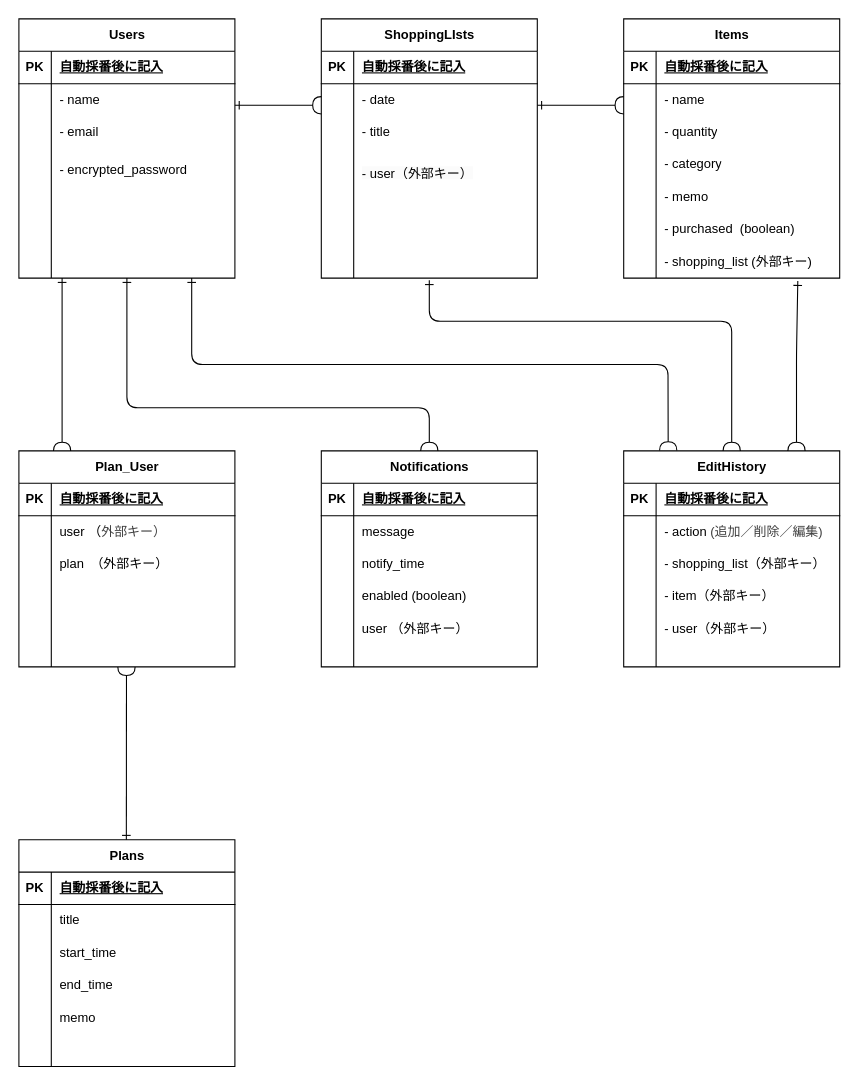
Earlier version of the draw.io diagram ER図.dio (wassyprince/shopping_days). Source tidied: cells renumbered, new cells numbered last; positions are measured from the earlier drawing's top-left corner, leaving out a move shared by most shapes. Both pictures are drawn from the tidied source at 108%, with x=0, y=0 at pixel (18, 18).
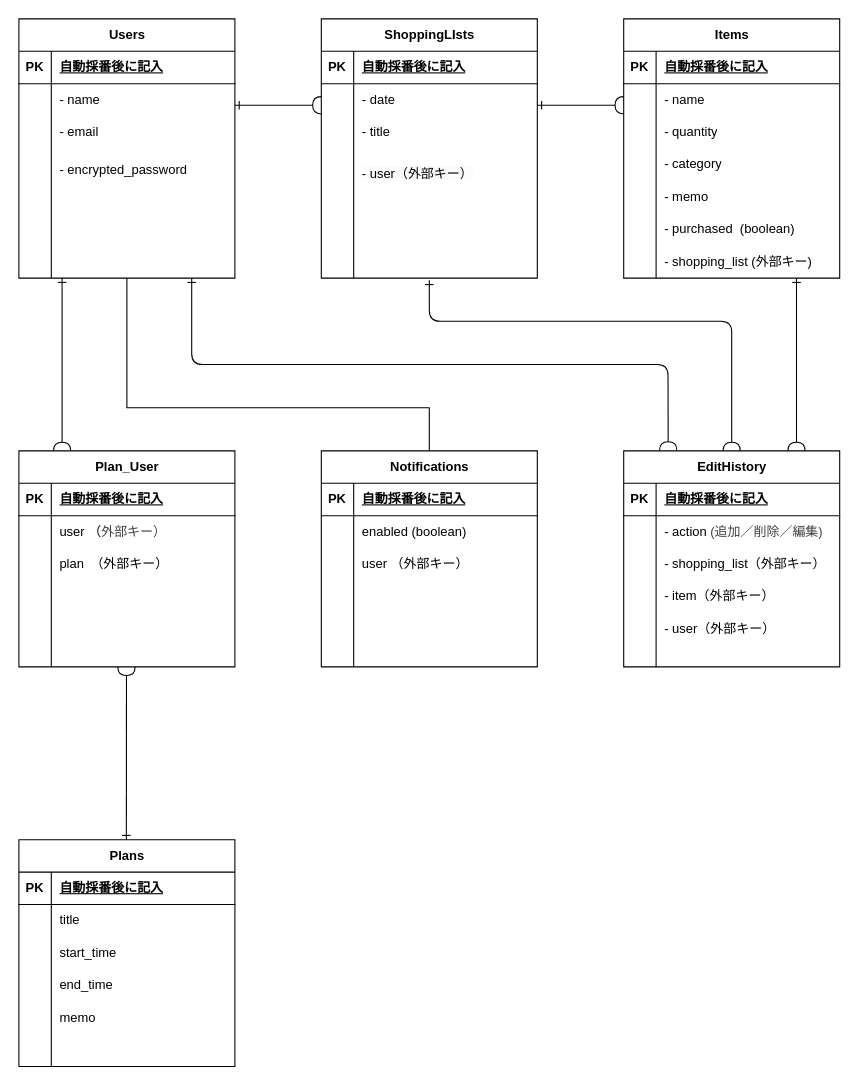
The same page after the edit.

The change refers to these unchanged cells:
```xml
<mxCell id="2" value="Notifications" style="shape=table;startSize=30;childLayout=tableLayout;rowLines=0;fontStyle=1;align=center;html=1;" parent="1" vertex="1">
  <mxGeometry x="280" y="400" width="200" height="200" as="geometry" />
</mxCell>
<mxCell id="6" style="shape=tableRow;horizontal=0;startSize=0;swimlaneHead=0;swimlaneBody=0;fillColor=none;top=0;left=0;right=0;bottom=0;" parent="2" vertex="1">
  <mxGeometry y="60" width="200" height="30" as="geometry" />
</mxCell>
<mxCell id="9" style="shape=tableRow;horizontal=0;startSize=0;swimlaneHead=0;swimlaneBody=0;fillColor=none;top=0;left=0;right=0;bottom=0;" parent="2" vertex="1">
  <mxGeometry y="90" width="200" height="30" as="geometry" />
</mxCell>
<mxCell id="12" style="shape=tableRow;horizontal=0;startSize=0;swimlaneHead=0;swimlaneBody=0;fillColor=none;top=0;left=0;right=0;bottom=0;" parent="2" vertex="1">
  <mxGeometry y="120" width="200" height="30" as="geometry" />
</mxCell>
<mxCell id="15" style="shape=tableRow;horizontal=0;startSize=0;swimlaneHead=0;swimlaneBody=0;fillColor=none;top=0;left=0;right=0;bottom=0;" parent="2" vertex="1">
  <mxGeometry y="150" width="200" height="30" as="geometry" />
</mxCell>
<mxCell id="37" style="shape=tableRow;horizontal=0;startSize=0;swimlaneHead=0;swimlaneBody=0;fillColor=none;points=[[0,0.5],[1,0.5]];portConstraint=eastwest;top=0;left=0;right=0;bottom=0;" parent="21" vertex="1">
  <mxGeometry y="210" width="200" height="30" as="geometry" />
</mxCell>
<mxCell id="100" style="shape=tableRow;horizontal=0;startSize=0;swimlaneHead=0;swimlaneBody=0;fillColor=none;points=[[0,0.5],[1,0.5]];portConstraint=eastwest;top=0;left=0;right=0;bottom=0;" parent="81" vertex="1">
  <mxGeometry y="210" width="200" height="30" as="geometry" />
</mxCell>
```

The edit, as a diff of the source:
```diff
@@
-    <mxCell id="8" value="message" style="shape=partialRectangle;fillColor=none;top=0;left=0;bottom=0;right=0;align=left;spacingLeft=6;overflow=hidden;whiteSpace=wrap;html=1;" parent="6" vertex="1">
+    <mxCell id="8" value="&lt;span style=&quot;color: rgb(0, 0, 0);&quot;&gt;enabled (boolean)&lt;/span&gt;" style="shape=partialRectangle;fillColor=none;top=0;left=0;bottom=0;right=0;align=left;spacingLeft=6;overflow=hidden;whiteSpace=wrap;html=1;" parent="6" vertex="1">
       <mxGeometry x="30" width="170" height="30" as="geometry" />
     </mxCell>
@@
-    <mxCell id="11" value="notify_time" style="shape=partialRectangle;fillColor=none;top=0;left=0;bottom=0;right=0;align=left;spacingLeft=6;overflow=hidden;whiteSpace=wrap;html=1;" parent="9" vertex="1">
+    <mxCell id="11" value="&lt;span style=&quot;color: rgb(0, 0, 0);&quot;&gt;user （外部キー）&lt;/span&gt;" style="shape=partialRectangle;fillColor=none;top=0;left=0;bottom=0;right=0;align=left;spacingLeft=6;overflow=hidden;whiteSpace=wrap;html=1;" parent="9" vertex="1">
       <mxGeometry x="30" width="170" height="30" as="geometry" />
     </mxCell>
@@
-    <mxCell id="14" value="enabled (boolean)" style="shape=partialRectangle;fillColor=none;top=0;left=0;bottom=0;right=0;align=left;spacingLeft=6;overflow=hidden;whiteSpace=wrap;html=1;" parent="12" vertex="1">
+    <mxCell id="14" style="shape=partialRectangle;fillColor=none;top=0;left=0;bottom=0;right=0;align=left;spacingLeft=6;overflow=hidden;whiteSpace=wrap;html=1;" parent="12" vertex="1">
       <mxGeometry x="30" width="170" height="30" as="geometry" />
     </mxCell>
@@
-    <mxCell id="17" value="user （外部キー）" style="shape=partialRectangle;fillColor=none;top=0;left=0;bottom=0;right=0;align=left;spacingLeft=6;overflow=hidden;whiteSpace=wrap;html=1;" parent="15" vertex="1">
+    <mxCell id="17" style="shape=partialRectangle;fillColor=none;top=0;left=0;bottom=0;right=0;align=left;spacingLeft=6;overflow=hidden;whiteSpace=wrap;html=1;" parent="15" vertex="1">
       <mxGeometry x="30" width="170" height="30" as="geometry" />
     </mxCell>
@@
-    <mxCell id="104" style="edgeStyle=none;html=1;strokeColor=default;endArrow=halfCircle;endFill=0;startArrow=ERone;startFill=0;entryX=0.5;entryY=0;entryDx=0;entryDy=0;" parent="1" edge="1" target="2">
-      <mxGeometry relative="1" as="geometry">
-        <mxPoint x="100" y="240" as="sourcePoint" />
-        <Array as="points">
-          <mxPoint x="100" y="360" />
-          <mxPoint x="380" y="360" />
-        </Array>
-      </mxGeometry>
-    </mxCell>
@@
-    <mxCell id="106" style="edgeStyle=none;html=1;strokeColor=default;endArrow=halfCircle;endFill=0;startArrow=ERone;startFill=0;exitX=0.806;exitY=1.093;exitDx=0;exitDy=0;exitPerimeter=0;" parent="1" edge="1" source="100">
+    <mxCell id="106" style="edgeStyle=none;html=1;strokeColor=default;endArrow=halfCircle;endFill=0;startArrow=ERone;startFill=0;" parent="1" edge="1">
       <mxGeometry relative="1" as="geometry">
+        <mxPoint x="720" y="240" as="sourcePoint" />
         <mxPoint x="720" y="400" as="targetPoint" />
         <Array as="points">
           <mxPoint x="720" y="310" />
           <mxPoint x="720" y="400" />
         </Array>
       </mxGeometry>
     </mxCell>
@@
+    <mxCell id="149" style="endArrow=none;html=1;rounded=0;strokeColor=default;align=center;verticalAlign=middle;fontFamily=Helvetica;fontSize=11;fontColor=default;labelBackgroundColor=default;entryX=0.5;entryY=0;entryDx=0;entryDy=0;exitX=0.5;exitY=1;exitDx=0;exitDy=0;exitPerimeter=0;" parent="1" edge="1" source="37" target="2">
+      <mxGeometry relative="1" as="geometry">
+        <Array as="points">
+          <mxPoint x="100" y="360" />
+          <mxPoint x="380" y="360" />
+        </Array>
+      </mxGeometry>
+    </mxCell>
```
